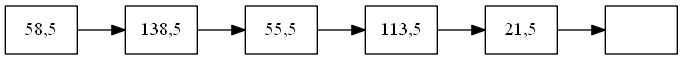
This is PointsReport.png from olgt/EDD_1S2019_P1_201612341, a Graphviz export, as it was before one commit. Its source is kept beside it as PointsReport.dot.
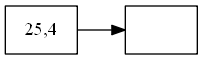
After the change.

What changed in the source:
```diff
@@ -1,15 +1,7 @@
 digraph firstGraph{
 node [shape = record];
 rankdir=LR;
-node0 [label=" 58,5 "];
+node0 [label=" 25,4 "];
 node0 -> node1;
-node1 [label=" 138,5 "];
-node1 -> node2;
-node2 [label=" 55,5 "];
-node2 -> node3;
-node3 [label=" 113,5 "];
-node3 -> node4;
-node4 [label=" 21,5 "];
-node4 -> node5;
-node5 [label="   "];
+node1 [label="   "];
 }
```
